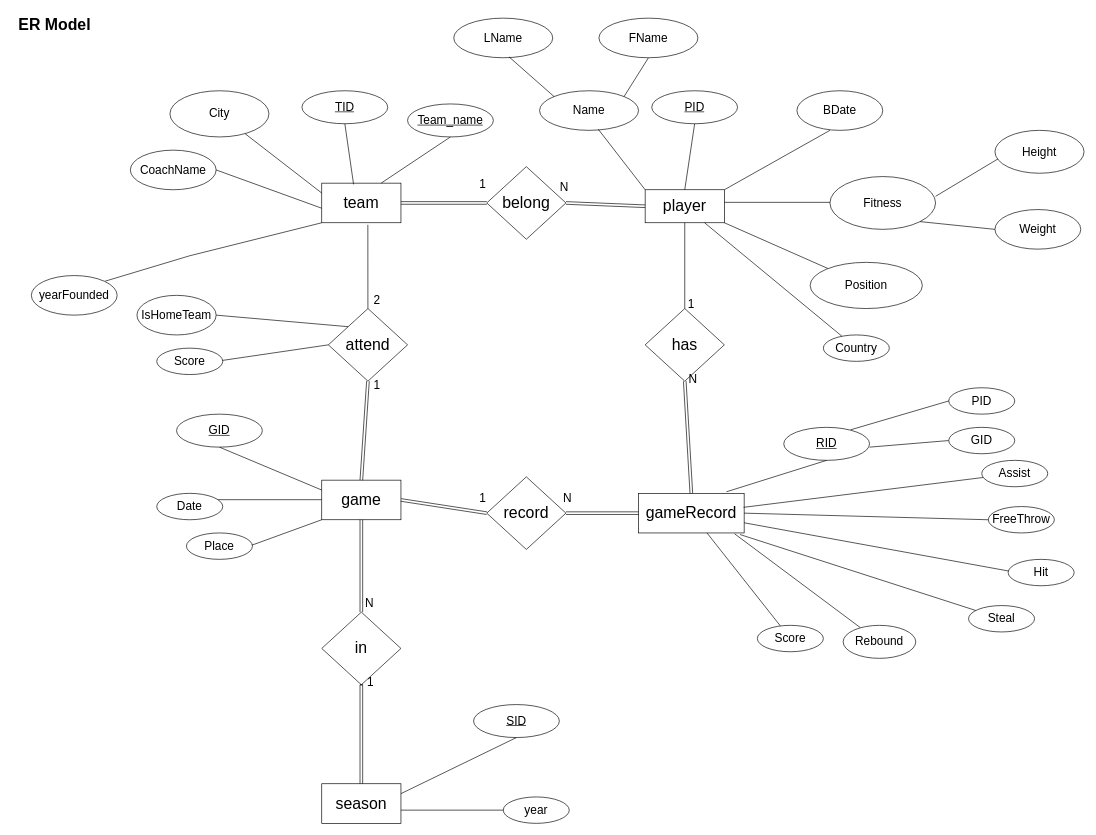
Earlier version of the draw.io diagram diagrams/Entity-relationship model.drawio (Basketball-Competition-Dashboard/doc). Source tidied: cells renumbered, new cells numbered last; positions are measured from the earlier drawing's top-left corner, leaving out a move shared by most shapes. Both pictures are drawn from the tidied source at 66%, with x=0, y=0 at pixel (11, 11).
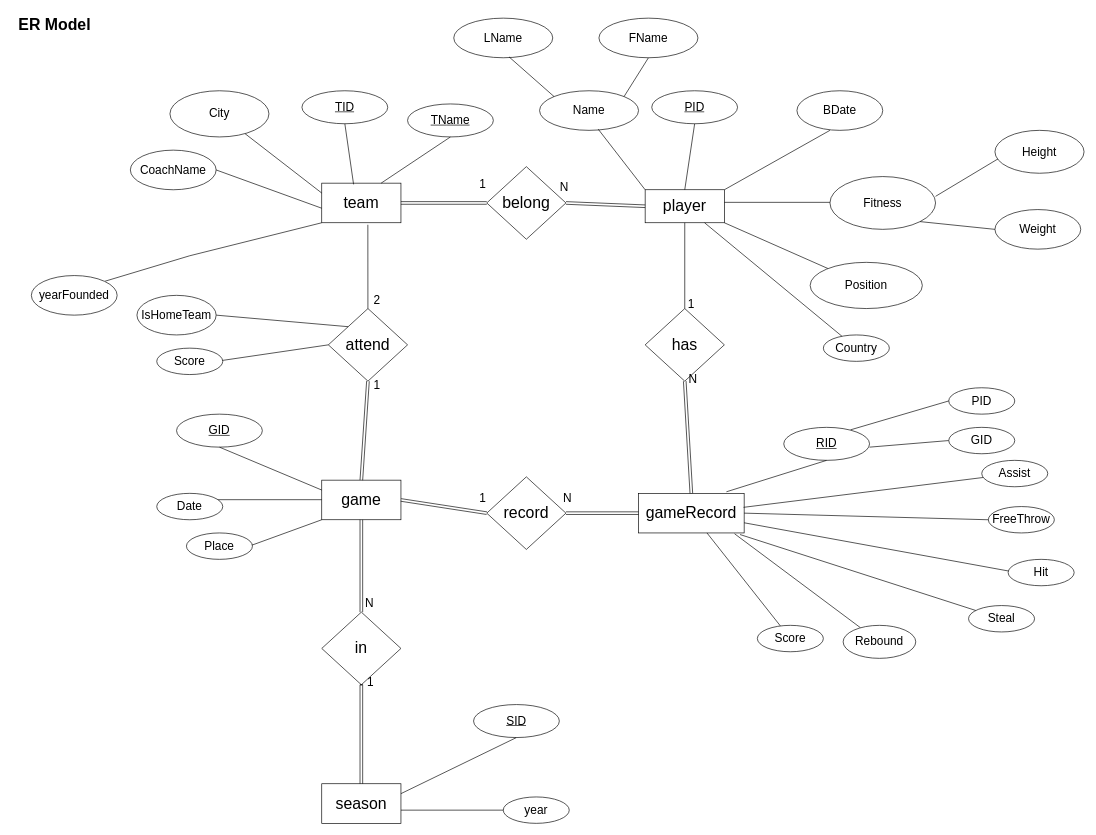
After the change.

What changed in the source:
```diff
@@
-    <mxCell id="95" value="Team_name" style="ellipse;whiteSpace=wrap;html=1;align=center;fontStyle=4;fontSize=18;" parent="1" vertex="1">
+    <mxCell id="95" value="TN&lt;span style=&quot;background-color: initial;&quot;&gt;ame&lt;/span&gt;" style="ellipse;whiteSpace=wrap;html=1;align=center;fontStyle=4;fontSize=18;" parent="1" vertex="1">
       <mxGeometry x="600" y="140" width="130" height="50" as="geometry" />
     </mxCell>
```
